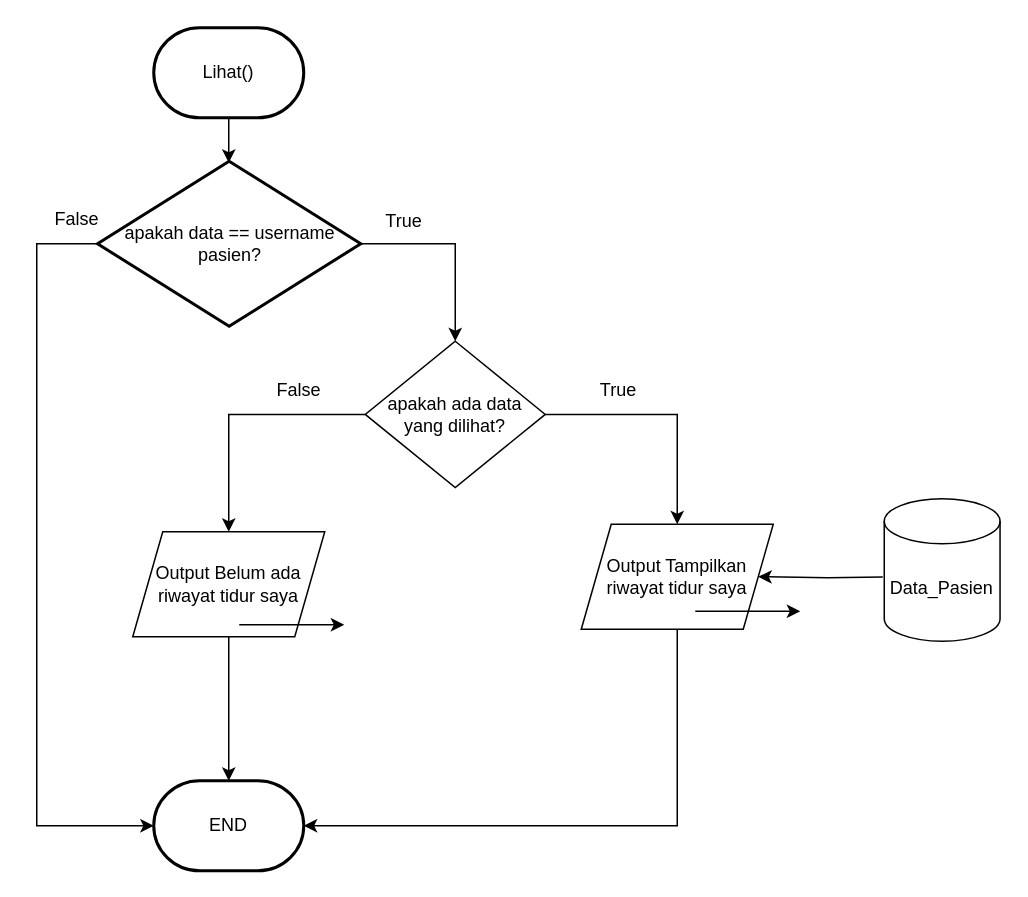
The draw.io diagram page "lihat-pasien" (6 of 16) of A2_Orang-OrangInsom_PerancanganAplikasiMonitoringdanJournalingTidurMenggunakanInstrumenSleepDiaryberdasarkanAASMBerbasisC++_Flowchart.drawio in mouriiuu/pa-aplikasi-sleep-monitoring, before the edit. Source tidied: cells renumbered, new cells numbered last; positions are measured from the earlier drawing's top-left corner, leaving out a move shared by most shapes. Both pictures are drawn from the tidied source at 150%, with x=0, y=0 at pixel (32, 27).
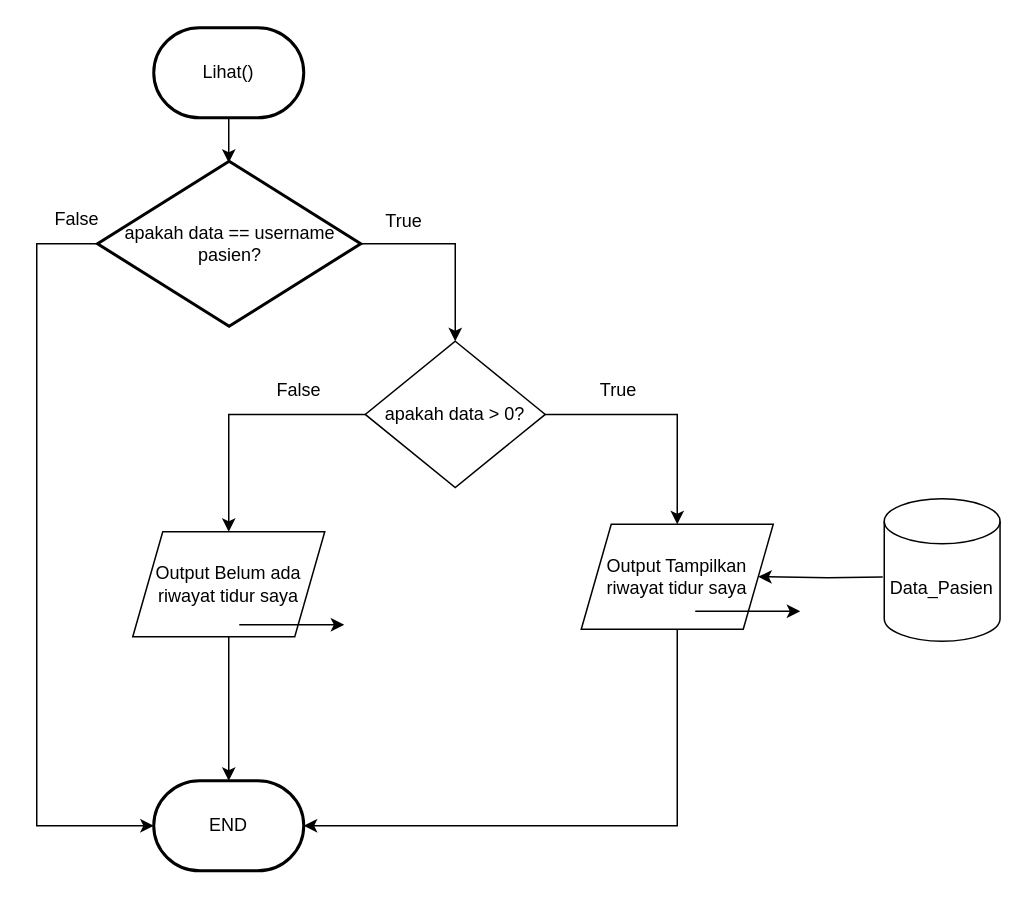
The same diagram, later.

The edit, as a diff of the source:
```diff
@@
-    <mxCell id="16" value="apakah ada data yang dilihat?" style="strokeWidth=1;html=1;shape=mxgraph.flowchart.decision;whiteSpace=wrap;" parent="1" vertex="1">
+    <mxCell id="16" value="apakah data &amp;gt; 0?" style="strokeWidth=1;html=1;shape=mxgraph.flowchart.decision;whiteSpace=wrap;" parent="1" vertex="1">
       <mxGeometry x="222" y="209" width="120" height="97.5" as="geometry" />
     </mxCell>
```
